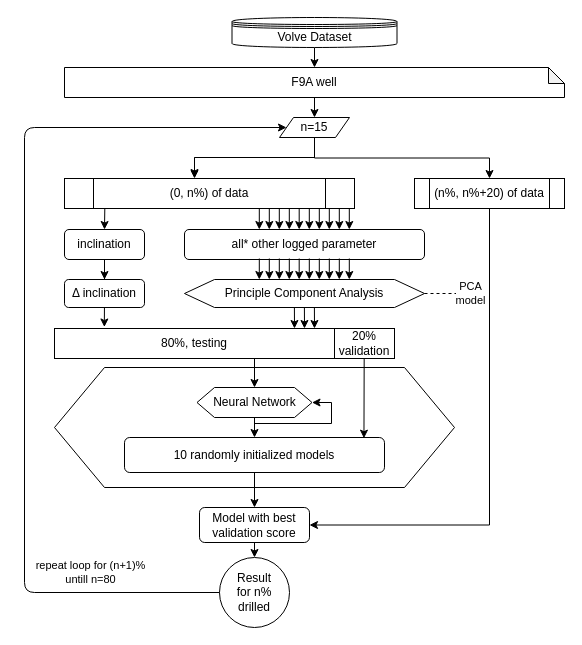
The draw.io diagram Training While Drilling.drawio in AndrzejTunkiel/Training-while-drilling, before the edit. Source tidied: cells renumbered, new cells numbered last; positions are measured from the earlier drawing's top-left corner, leaving out a move shared by most shapes. Both pictures are drawn from the tidied source at 100%, with x=0, y=0 at pixel (24, 17).
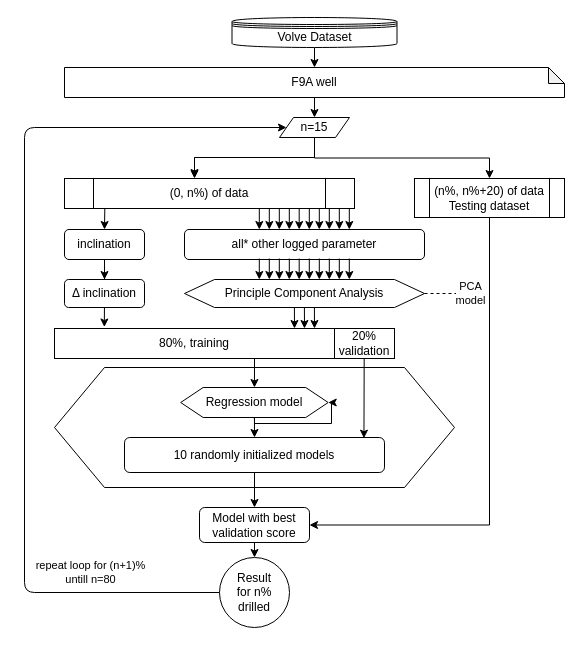
After the change.

What changed in the source:
```diff
@@
-    <mxCell id="38" value="(n%, n%+20) of data" style="shape=process;whiteSpace=wrap;html=1;backgroundOutline=1;" parent="1" vertex="1">
-      <mxGeometry x="390" y="161" width="150" height="30" as="geometry" />
+    <mxCell id="38" value="&lt;div&gt;(n%, n%+20) of data&lt;/div&gt;&lt;div&gt;Testing dataset&lt;br&gt;&lt;/div&gt;" style="shape=process;whiteSpace=wrap;html=1;backgroundOutline=1;" parent="1" vertex="1">
+      <mxGeometry x="390" y="161" width="150" height="39" as="geometry" />
     </mxCell>
@@
-    <mxCell id="40" value="Neural Network" style="shape=hexagon;perimeter=hexagonPerimeter2;whiteSpace=wrap;html=1;size=0.15217391304347827;" parent="1" vertex="1">
-      <mxGeometry x="172.5" y="370" width="115" height="30" as="geometry" />
+    <mxCell id="40" value="Regression model" style="shape=hexagon;perimeter=hexagonPerimeter2;whiteSpace=wrap;html=1;size=0.15217391304347827;" parent="1" vertex="1">
+      <mxGeometry x="156.2" y="370" width="147.5" height="30" as="geometry" />
     </mxCell>
@@
-    <mxCell id="46" value="80%, testing" style="rounded=0;whiteSpace=wrap;html=1;" parent="1" vertex="1">
+    <mxCell id="46" value="80%, training" style="rounded=0;whiteSpace=wrap;html=1;" parent="1" vertex="1">
       <mxGeometry x="30" y="311" width="280" height="30" as="geometry" />
     </mxCell>
```
